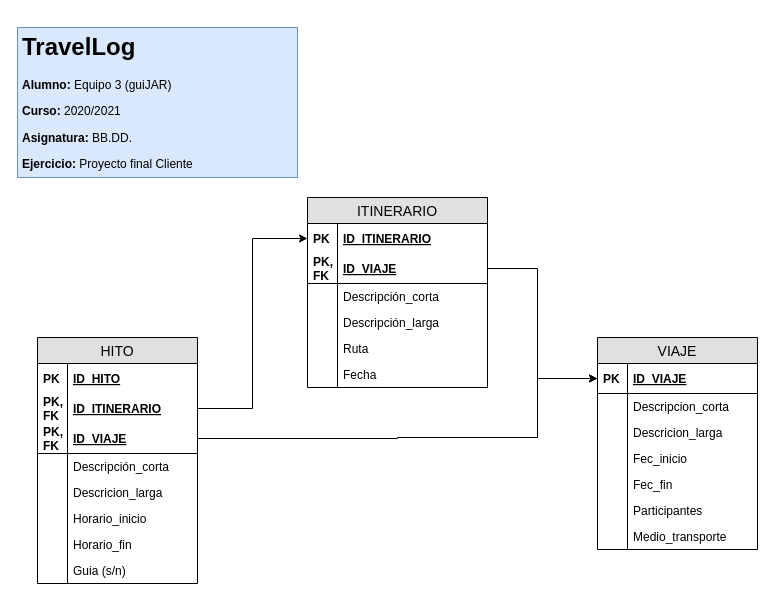
The draw.io diagram doc/TravelLog.drawio in antonio-aguilar/Proyecto-DWEC, before the edit. Source tidied: cells renumbered, new cells numbered last; positions are measured from the earlier drawing's top-left corner, leaving out a move shared by most shapes. Both pictures are drawn from the tidied source at 100%, with x=0, y=0 at pixel (17, 27).
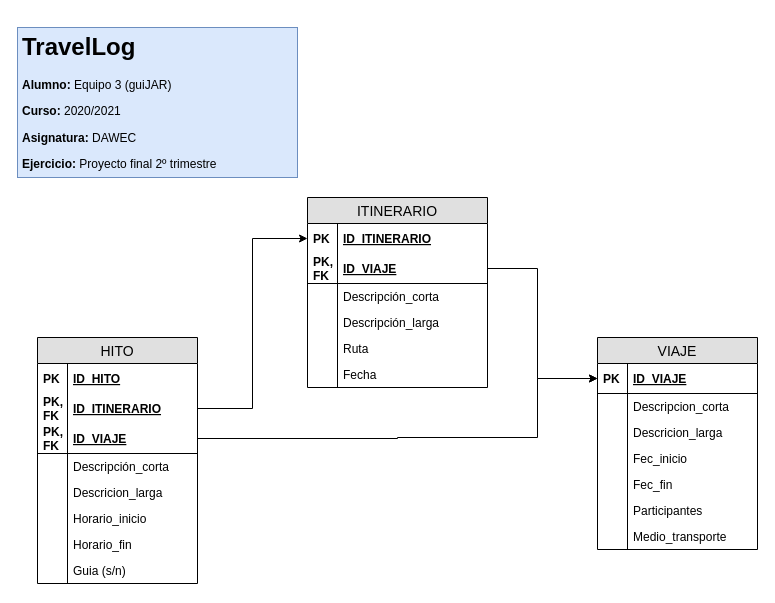
After the change.

Diff of the diagram source:
```diff
@@
-    <mxCell id="2" value="&lt;h1&gt;TravelLog&lt;/h1&gt;&lt;p&gt;&lt;b&gt;Alumno:&lt;/b&gt; Equipo 3 (guiJAR)&lt;/p&gt;&lt;p&gt;&lt;b&gt;Curso:&amp;nbsp;&lt;/b&gt;2020/2021&lt;/p&gt;&lt;p&gt;&lt;b&gt;Asignatura:&lt;/b&gt;&amp;nbsp;BB.DD.&lt;/p&gt;&lt;p&gt;&lt;b&gt;Ejercicio:&lt;/b&gt;&amp;nbsp;Proyecto final Cliente&lt;br&gt;&lt;br&gt;&lt;/p&gt;" style="text;html=1;strokeColor=#6c8ebf;fillColor=#dae8fc;spacing=5;spacingTop=-20;whiteSpace=wrap;overflow=hidden;rounded=0;" parent="1" vertex="1">
+    <mxCell id="2" value="&lt;h1&gt;TravelLog&lt;/h1&gt;&lt;p&gt;&lt;b&gt;Alumno:&lt;/b&gt; Equipo 3 (guiJAR)&lt;/p&gt;&lt;p&gt;&lt;b&gt;Curso:&amp;nbsp;&lt;/b&gt;2020/2021&lt;/p&gt;&lt;p&gt;&lt;b&gt;Asignatura:&lt;/b&gt;&amp;nbsp;DAWEC&lt;/p&gt;&lt;p&gt;&lt;b&gt;Ejercicio:&lt;/b&gt;&amp;nbsp;Proyecto final 2º trimestre&lt;br&gt;&lt;br&gt;&lt;/p&gt;" style="text;html=1;strokeColor=#6c8ebf;fillColor=#dae8fc;spacing=5;spacingTop=-20;whiteSpace=wrap;overflow=hidden;rounded=0;" parent="1" vertex="1">
       <mxGeometry width="280" height="150" as="geometry" />
     </mxCell>
```
